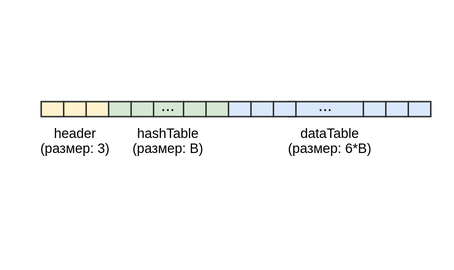
Earlier version of the draw.io export 2021-ru-es6-collection-internals/slides/images/map-memory-layout-1.png (puzpuzpuz/talks). Source tidied: cells renumbered, new cells last; positions are measured from the earlier drawing's top-left corner, leaving out a move shared by most shapes.
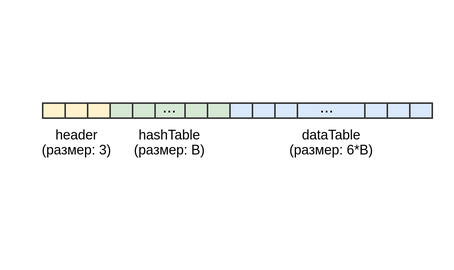
Later version of the same file.

What changed in the source:
```diff
@@ -2,118 +2,121 @@
   <root>
     <mxCell id="0" />
     <mxCell id="1" parent="0" />
-    <mxCell id="2" value="hashTable&lt;br&gt;(размер: B)" style="text;html=1;strokeColor=none;fillColor=none;align=center;verticalAlign=top;whiteSpace=wrap;rounded=0;fontSize=9;" parent="1" vertex="1">
-      <mxGeometry x="70" y="72.2" width="60" height="30" as="geometry" />
+    <mxCell id="2" style="group;" parent="1" vertex="1">
+      <mxGeometry x="70" y="72.2" width="275" height="157.2" as="geometry" />
     </mxCell>
-    <mxCell id="3" value="header&lt;br&gt;(размер: 3)" style="text;html=1;strokeColor=none;fillColor=none;align=center;verticalAlign=top;whiteSpace=wrap;rounded=0;fontSize=9;" parent="1" vertex="1">
-      <mxGeometry x="12.5" y="72.2" width="50" height="30" as="geometry" />
+    <mxCell id="3" value="hashTable&lt;br&gt;(размер: B)" style="text;html=1;strokeColor=none;fillColor=none;align=center;verticalAlign=top;whiteSpace=wrap;rounded=0;fontSize=9;" parent="2" vertex="1">
+      <mxGeometry x="70" y="72.2" width="60" height="30" as="geometry" />
     </mxCell>
-    <mxCell id="4" value="dataTable&lt;br&gt;(размер: 6*B)" style="text;html=1;strokeColor=none;fillColor=none;align=center;verticalAlign=top;whiteSpace=wrap;rounded=0;fontSize=9;" parent="1" vertex="1">
-      <mxGeometry x="142.5" y="72.2" width="130" height="30" as="geometry" />
+    <mxCell id="4" value="header&lt;br&gt;(размер: 3)" style="text;html=1;strokeColor=none;fillColor=none;align=center;verticalAlign=top;whiteSpace=wrap;rounded=0;fontSize=9;" parent="2" vertex="1">
+      <mxGeometry x="12.5" y="72.2" width="50" height="30" as="geometry" />
     </mxCell>
-    <mxCell id="5" value="[0]: Кол-во пар&#10;[1]: Кол-во удал-х&#10;[2]: Кол-во ячеек (B)" style="text;strokeColor=none;fillColor=none;align=left;verticalAlign=top;rounded=0;fontSize=6;whiteSpace=wrap;spacing=2;spacingRight=0;spacingLeft=1;opacity=0;textOpacity=0;" parent="1" vertex="1">
-      <mxGeometry y="2.2" width="60" height="60" as="geometry" />
+    <mxCell id="5" value="dataTable&lt;br&gt;(размер: 6*B)" style="text;html=1;strokeColor=none;fillColor=none;align=center;verticalAlign=top;whiteSpace=wrap;rounded=0;fontSize=9;" parent="2" vertex="1">
+      <mxGeometry x="142.5" y="72.2" width="130" height="30" as="geometry" />
     </mxCell>
-    <mxCell id="6" style="edgeStyle=none;rounded=0;orthogonalLoop=1;jettySize=auto;html=1;exitX=0;exitY=0.5;exitDx=0;exitDy=0;fontSize=5;opacity=0;textOpacity=0;" parent="1" edge="1" source="5" target="5">
-      <mxGeometry relative="1" as="geometry" />
+    <mxCell id="6" value="[0]: Кол-во пар&#10;[1]: Кол-во удал-х&#10;[2]: Кол-во ячеек (B)" style="text;strokeColor=none;fillColor=none;align=left;verticalAlign=top;rounded=0;fontSize=6;whiteSpace=wrap;spacing=2;spacingRight=0;spacingLeft=1;opacity=0;textOpacity=0;" parent="2" vertex="1">
+      <mxGeometry y="2.2" width="60" height="60" as="geometry" />
     </mxCell>
-    <mxCell id="7" value="[3]: Индекс начала 1й &#10;      ячейки&#10;[4]: Индекс начала 1й&#10;      ячейки&#10;      ...&#10;[3+B]: Индекс начала &#10;           последней ячейки" style="text;strokeColor=none;fillColor=none;align=left;verticalAlign=top;rounded=0;fontSize=6;whiteSpace=wrap;spacing=2;spacingLeft=5;opacity=0;textOpacity=0;" parent="1" vertex="1">
-      <mxGeometry x="60" y="2.2" width="80" height="60" as="geometry" />
+    <mxCell id="7" style="edgeStyle=none;rounded=0;orthogonalLoop=1;jettySize=auto;html=1;exitX=0;exitY=0.5;exitDx=0;exitDy=0;fontSize=5;opacity=0;textOpacity=0;" parent="2" edge="1" source="6" target="6">
+      <mxGeometry relative="1" as="geometry" />
     </mxCell>
-    <mxCell id="8" value="Структура каждой пары:&lt;br&gt;[0*]: Ключ&lt;br&gt;[1*]: Значение&lt;br&gt;[2*]: Индекс следующей пары в цепочке&lt;br&gt;&lt;font style=&quot;font-size: 5px&quot;&gt;* Относительные индексы&lt;/font&gt;" style="text;strokeColor=none;fillColor=none;align=left;verticalAlign=top;rounded=0;fontSize=6;whiteSpace=wrap;spacing=2;html=1;spacingLeft=5;opacity=0;textOpacity=0;" parent="1" vertex="1">
-      <mxGeometry x="140" y="2.2" width="130" height="60" as="geometry" />
+    <mxCell id="8" value="[3]: Индекс начала 1й &#10;      ячейки&#10;[4]: Индекс начала 1й&#10;      ячейки&#10;      ...&#10;[3+B]: Индекс начала &#10;           последней ячейки" style="text;strokeColor=none;fillColor=none;align=left;verticalAlign=top;rounded=0;fontSize=6;whiteSpace=wrap;spacing=2;spacingLeft=5;opacity=0;textOpacity=0;" parent="2" vertex="1">
+      <mxGeometry x="60" y="2.2" width="80" height="60" as="geometry" />
     </mxCell>
-    <mxCell id="9" value="Пара ключ-значение&lt;br&gt;(размер: 3)" style="text;html=1;strokeColor=none;fillColor=none;align=center;verticalAlign=top;whiteSpace=wrap;rounded=0;fontSize=9;textOpacity=0;labelBorderColor=none;opacity=0;" parent="1" vertex="1">
-      <mxGeometry x="165" y="132.2" width="90" height="25" as="geometry" />
+    <mxCell id="9" value="Структура каждой пары:&lt;br&gt;[0*]: Ключ&lt;br&gt;[1*]: Значение&lt;br&gt;[2*]: Индекс следующей пары в цепочке&lt;br&gt;&lt;font style=&quot;font-size: 5px&quot;&gt;* Относительные индексы&lt;/font&gt;" style="text;strokeColor=none;fillColor=none;align=left;verticalAlign=top;rounded=0;fontSize=6;whiteSpace=wrap;spacing=2;html=1;spacingLeft=5;opacity=0;textOpacity=0;" parent="2" vertex="1">
+      <mxGeometry x="140" y="2.2" width="130" height="60" as="geometry" />
     </mxCell>
-    <mxCell id="10" style="shape=curlyBracket;whiteSpace=wrap;html=1;rounded=1;fontSize=6;align=left;direction=north;strokeColor=#808080;textOpacity=0;labelBorderColor=none;opacity=0;" parent="1" vertex="1">
-      <mxGeometry x="140" y="72.2" width="45" height="10" as="geometry" />
+    <mxCell id="10" value="Пара ключ-значение&lt;br&gt;(размер: 3)" style="text;html=1;strokeColor=none;fillColor=none;align=center;verticalAlign=top;whiteSpace=wrap;rounded=0;fontSize=9;textOpacity=0;labelBorderColor=none;opacity=0;" parent="2" vertex="1">
+      <mxGeometry x="165" y="132.2" width="90" height="25" as="geometry" />
     </mxCell>
-    <mxCell id="11" style="endArrow=classic;html=1;fontSize=6;exitX=0.1;exitY=0.5;exitDx=0;exitDy=0;exitPerimeter=0;entryX=0.5;entryY=0;entryDx=0;entryDy=0;startSize=3;endSize=3;edgeStyle=orthogonalEdgeStyle;curved=1;strokeColor=#808080;textOpacity=0;labelBorderColor=none;opacity=0;" parent="1" edge="1" source="10" target="16">
-      <mxGeometry relative="1" as="geometry">
-        <Array as="points">
-          <mxPoint x="163" y="112.2" />
-          <mxPoint x="210" y="112.2" />
-        </Array>
-      </mxGeometry>
+    <mxCell id="11" style="shape=curlyBracket;whiteSpace=wrap;html=1;rounded=1;fontSize=6;align=left;direction=north;strokeColor=#808080;textOpacity=0;labelBorderColor=none;opacity=0;" parent="2" vertex="1">
+      <mxGeometry x="140" y="72.2" width="45" height="10" as="geometry" />
     </mxCell>
-    <mxCell id="12" style="endArrow=none;dashed=1;html=1;fontSize=6;exitX=1;exitY=1;exitDx=0;exitDy=0;strokeColor=#808080;opacity=0;textOpacity=0;" parent="1" edge="1">
+    <mxCell id="12" style="endArrow=classic;html=1;fontSize=6;exitX=0.1;exitY=0.5;exitDx=0;exitDy=0;exitPerimeter=0;entryX=0.5;entryY=0;entryDx=0;entryDy=0;startSize=3;endSize=3;edgeStyle=orthogonalEdgeStyle;curved=1;strokeColor=#808080;textOpacity=0;labelBorderColor=none;opacity=0;" parent="2" edge="1" source="11" target="17">
       <mxGeometry relative="1" as="geometry">
-        <mxPoint x="140" y="62" as="sourcePoint" />
-        <mxPoint x="140" as="targetPoint" />
+        <Array as="points">
+          <mxPoint x="163" y="112.2" />
+          <mxPoint x="210" y="112.2" />
+        </Array>
       </mxGeometry>
     </mxCell>
-    <mxCell id="13" style="endArrow=none;dashed=1;html=1;fontSize=6;entryX=0;entryY=0;entryDx=0;entryDy=0;strokeColor=#808080;opacity=0;textOpacity=0;" parent="1" edge="1">
+    <mxCell id="13" style="endArrow=none;dashed=1;html=1;fontSize=6;exitX=1;exitY=1;exitDx=0;exitDy=0;strokeColor=#808080;opacity=0;textOpacity=0;" parent="2" edge="1">
       <mxGeometry relative="1" as="geometry">
-        <mxPoint x="60" y="62.2" as="sourcePoint" />
-        <mxPoint x="60" as="targetPoint" />
+        <mxPoint x="140" y="62" as="sourcePoint" />
+        <mxPoint x="140" as="targetPoint" />
       </mxGeometry>
     </mxCell>
-    <mxCell id="14" style="group;textOpacity=0;labelBorderColor=none;opacity=0;" parent="1" vertex="1">
-      <mxGeometry x="187.5" y="122.2" width="45" height="10" as="geometry" />
+    <mxCell id="14" style="endArrow=none;dashed=1;html=1;fontSize=6;entryX=0;entryY=0;entryDx=0;entryDy=0;strokeColor=#808080;opacity=0;textOpacity=0;" parent="2" edge="1">
+      <mxGeometry relative="1" as="geometry">
+        <mxPoint x="60" y="62.2" as="sourcePoint" />
+        <mxPoint x="60" as="targetPoint" />
+      </mxGeometry>
     </mxCell>
-    <mxCell id="15" style="rounded=0;whiteSpace=wrap;html=1;fillColor=#dae8fc;strokeColor=#333333;textOpacity=0;labelBorderColor=none;opacity=0;" parent="14" vertex="1">
-      <mxGeometry width="15" height="10" as="geometry" />
+    <mxCell id="15" style="group;textOpacity=0;labelBorderColor=none;opacity=0;" parent="2" vertex="1">
+      <mxGeometry x="187.5" y="122.2" width="45" height="10" as="geometry" />
     </mxCell>
-    <mxCell id="16" style="rounded=0;whiteSpace=wrap;html=1;fillColor=#dae8fc;strokeColor=#333333;textOpacity=0;labelBorderColor=none;opacity=0;" parent="14" vertex="1">
-      <mxGeometry x="15" width="15" height="10" as="geometry" />
+    <mxCell id="16" style="rounded=0;whiteSpace=wrap;html=1;fillColor=#dae8fc;strokeColor=#333333;textOpacity=0;labelBorderColor=none;opacity=0;" parent="15" vertex="1">
+      <mxGeometry width="15" height="10" as="geometry" />
     </mxCell>
-    <mxCell id="17" style="rounded=0;whiteSpace=wrap;html=1;fillColor=#dae8fc;strokeColor=#333333;textOpacity=0;labelBorderColor=none;opacity=0;" parent="14" vertex="1">
-      <mxGeometry x="30" width="15" height="10" as="geometry" />
+    <mxCell id="17" style="rounded=0;whiteSpace=wrap;html=1;fillColor=#dae8fc;strokeColor=#333333;textOpacity=0;labelBorderColor=none;opacity=0;" parent="15" vertex="1">
+      <mxGeometry x="15" width="15" height="10" as="geometry" />
     </mxCell>
-    <mxCell id="18" style="group;spacingBottom=4;verticalAlign=middle;" parent="1" vertex="1">
-      <mxGeometry x="60" y="62.2" width="80" height="10" as="geometry" />
+    <mxCell id="18" style="rounded=0;whiteSpace=wrap;html=1;fillColor=#dae8fc;strokeColor=#333333;textOpacity=0;labelBorderColor=none;opacity=0;" parent="15" vertex="1">
+      <mxGeometry x="30" width="15" height="10" as="geometry" />
     </mxCell>
-    <mxCell id="19" style="rounded=0;whiteSpace=wrap;html=1;fillColor=#d5e8d4;strokeColor=#333333;" parent="18" vertex="1">
-      <mxGeometry width="15" height="10" as="geometry" />
+    <mxCell id="19" style="group;spacingBottom=4;verticalAlign=middle;" parent="2" vertex="1">
+      <mxGeometry x="60" y="62.2" width="80" height="10" as="geometry" />
     </mxCell>
-    <mxCell id="20" style="rounded=0;whiteSpace=wrap;html=1;fillColor=#d5e8d4;strokeColor=#333333;" parent="18" vertex="1">
-      <mxGeometry x="15" width="15" height="10" as="geometry" />
+    <mxCell id="20" style="rounded=0;whiteSpace=wrap;html=1;fillColor=#d5e8d4;strokeColor=#333333;" parent="19" vertex="1">
+      <mxGeometry width="15" height="10" as="geometry" />
     </mxCell>
-    <mxCell id="21" value="..." style="rounded=0;whiteSpace=wrap;html=1;fillColor=#d5e8d4;strokeColor=#333333;fontSize=11;spacingBottom=4;" parent="18" vertex="1">
-      <mxGeometry x="30" width="20" height="10" as="geometry" />
+    <mxCell id="21" style="rounded=0;whiteSpace=wrap;html=1;fillColor=#d5e8d4;strokeColor=#333333;" parent="19" vertex="1">
+      <mxGeometry x="15" width="15" height="10" as="geometry" />
     </mxCell>
-    <mxCell id="22" style="rounded=0;whiteSpace=wrap;html=1;fillColor=#d5e8d4;strokeColor=#333333;" parent="18" vertex="1">
-      <mxGeometry x="65" width="15" height="10" as="geometry" />
+    <mxCell id="22" value="..." style="rounded=0;whiteSpace=wrap;html=1;fillColor=#d5e8d4;strokeColor=#333333;fontSize=11;spacingBottom=4;" parent="19" vertex="1">
+      <mxGeometry x="30" width="20" height="10" as="geometry" />
     </mxCell>
-    <mxCell id="23" style="rounded=0;whiteSpace=wrap;html=1;fillColor=#d5e8d4;strokeColor=#333333;" parent="18" vertex="1">
-      <mxGeometry x="50" width="15" height="10" as="geometry" />
+    <mxCell id="23" style="rounded=0;whiteSpace=wrap;html=1;fillColor=#d5e8d4;strokeColor=#333333;" parent="19" vertex="1">
+      <mxGeometry x="65" width="15" height="10" as="geometry" />
     </mxCell>
-    <mxCell id="24" style="group;" parent="1" vertex="1">
-      <mxGeometry x="15" y="62.2" width="45" height="10" as="geometry" />
+    <mxCell id="24" style="rounded=0;whiteSpace=wrap;html=1;fillColor=#d5e8d4;strokeColor=#333333;" parent="19" vertex="1">
+      <mxGeometry x="50" width="15" height="10" as="geometry" />
     </mxCell>
-    <mxCell id="25" style="rounded=0;whiteSpace=wrap;html=1;fillColor=#fff2cc;strokeColor=#333333;" parent="24" vertex="1">
-      <mxGeometry width="15" height="10" as="geometry" />
+    <mxCell id="25" style="group;" parent="2" vertex="1">
+      <mxGeometry x="15" y="62.2" width="45" height="10" as="geometry" />
     </mxCell>
-    <mxCell id="26" style="rounded=0;whiteSpace=wrap;html=1;fillColor=#fff2cc;strokeColor=#333333;" parent="24" vertex="1">
-      <mxGeometry x="15" width="15" height="10" as="geometry" />
+    <mxCell id="26" style="rounded=0;whiteSpace=wrap;html=1;fillColor=#fff2cc;strokeColor=#333333;" parent="25" vertex="1">
+      <mxGeometry width="15" height="10" as="geometry" />
     </mxCell>
-    <mxCell id="27" style="rounded=0;whiteSpace=wrap;html=1;fillColor=#fff2cc;strokeColor=#333333;" parent="24" vertex="1">
-      <mxGeometry x="30" width="15" height="10" as="geometry" />
+    <mxCell id="27" style="rounded=0;whiteSpace=wrap;html=1;fillColor=#fff2cc;strokeColor=#333333;" parent="25" vertex="1">
+      <mxGeometry x="15" width="15" height="10" as="geometry" />
     </mxCell>
-    <mxCell id="28" style="group;" parent="1" vertex="1">
-      <mxGeometry x="140" y="62.2" width="135" height="10" as="geometry" />
+    <mxCell id="28" style="rounded=0;whiteSpace=wrap;html=1;fillColor=#fff2cc;strokeColor=#333333;" parent="25" vertex="1">
+      <mxGeometry x="30" width="15" height="10" as="geometry" />
     </mxCell>
-    <mxCell id="29" style="rounded=0;whiteSpace=wrap;html=1;fillColor=#dae8fc;strokeColor=#333333;" parent="28" vertex="1">
-      <mxGeometry width="15" height="10" as="geometry" />
+    <mxCell id="29" style="group;" parent="2" vertex="1">
+      <mxGeometry x="140" y="62.2" width="135" height="10" as="geometry" />
     </mxCell>
-    <mxCell id="30" style="rounded=0;whiteSpace=wrap;html=1;fillColor=#dae8fc;strokeColor=#333333;" parent="28" vertex="1">
-      <mxGeometry x="15" width="15" height="10" as="geometry" />
+    <mxCell id="30" style="rounded=0;whiteSpace=wrap;html=1;fillColor=#dae8fc;strokeColor=#333333;" parent="29" vertex="1">
+      <mxGeometry width="15" height="10" as="geometry" />
     </mxCell>
-    <mxCell id="31" value="..." style="rounded=0;whiteSpace=wrap;html=1;fillColor=#dae8fc;strokeColor=#333333;fontSize=11;verticalAlign=middle;spacingBottom=4;" parent="28" vertex="1">
-      <mxGeometry x="40" width="50" height="10" as="geometry" />
+    <mxCell id="31" style="rounded=0;whiteSpace=wrap;html=1;fillColor=#dae8fc;strokeColor=#333333;" parent="29" vertex="1">
+      <mxGeometry x="15" width="15" height="10" as="geometry" />
     </mxCell>
-    <mxCell id="32" style="rounded=0;whiteSpace=wrap;html=1;fillColor=#dae8fc;strokeColor=#333333;" parent="28" vertex="1">
-      <mxGeometry x="120" width="15" height="10" as="geometry" />
+    <mxCell id="32" value="..." style="rounded=0;whiteSpace=wrap;html=1;fillColor=#dae8fc;strokeColor=#333333;fontSize=11;verticalAlign=middle;spacingBottom=4;" parent="29" vertex="1">
+      <mxGeometry x="40" width="50" height="10" as="geometry" />
     </mxCell>
-    <mxCell id="33" style="rounded=0;whiteSpace=wrap;html=1;fillColor=#dae8fc;strokeColor=#333333;" parent="28" vertex="1">
-      <mxGeometry x="105" width="15" height="10" as="geometry" />
+    <mxCell id="33" style="rounded=0;whiteSpace=wrap;html=1;fillColor=#dae8fc;strokeColor=#333333;" parent="29" vertex="1">
+      <mxGeometry x="120" width="15" height="10" as="geometry" />
     </mxCell>
-    <mxCell id="34" style="rounded=0;whiteSpace=wrap;html=1;fillColor=#dae8fc;strokeColor=#333333;" parent="28" vertex="1">
-      <mxGeometry x="30" width="15" height="10" as="geometry" />
+    <mxCell id="34" style="rounded=0;whiteSpace=wrap;html=1;fillColor=#dae8fc;strokeColor=#333333;" parent="29" vertex="1">
+      <mxGeometry x="105" width="15" height="10" as="geometry" />
     </mxCell>
-    <mxCell id="35" style="rounded=0;whiteSpace=wrap;html=1;fillColor=#dae8fc;strokeColor=#333333;" parent="28" vertex="1">
-      <mxGeometry x="90" width="15" height="10" as="geometry" />
+    <mxCell id="35" style="rounded=0;whiteSpace=wrap;html=1;fillColor=#dae8fc;strokeColor=#333333;" parent="29" vertex="1">
+      <mxGeometry x="30" width="15" height="10" as="geometry" />
     </mxCell>
+    <mxCell id="36" style="rounded=0;whiteSpace=wrap;html=1;fillColor=#dae8fc;strokeColor=#333333;" parent="29" vertex="1">
+      <mxGeometry x="90" width="15" height="10" as="geometry" />
+    </mxCell>
   </root>
 </mxGraphModel>
```
